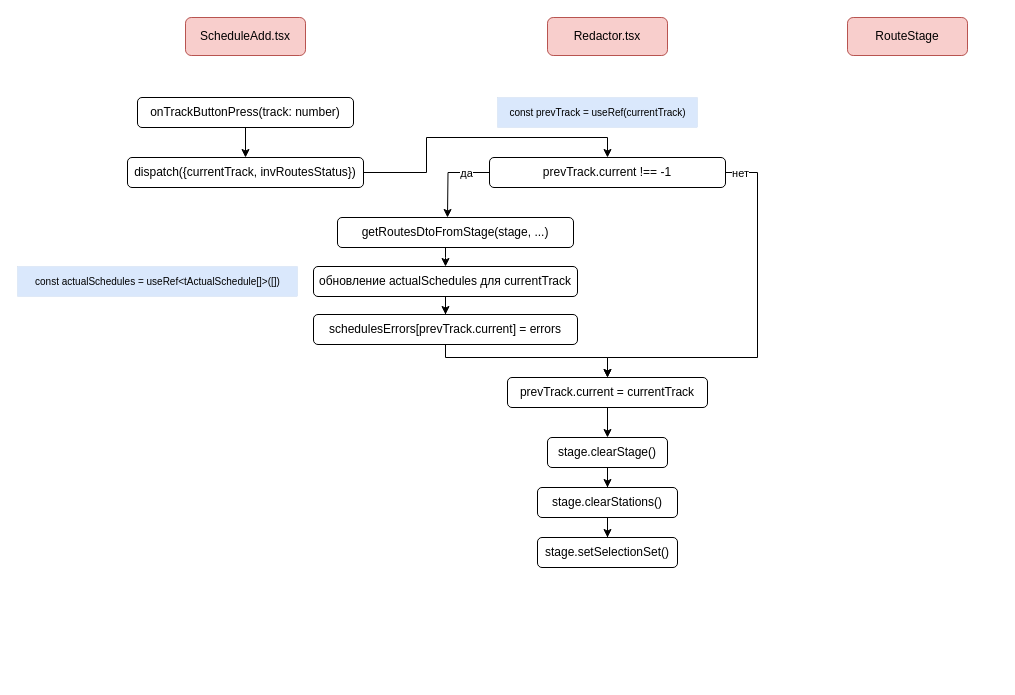
The draw.io diagram page "Переключение на другой путь" (5 of 5) of График движения.drawio in orlov-oleg-developer/asuter-UML, before the edit. Source tidied: cells renumbered, new cells numbered last; positions are measured from the earlier drawing's top-left corner, leaving out a move shared by most shapes. Both pictures are drawn from the tidied source at 100%, with x=0, y=0 at pixel (17, 17).
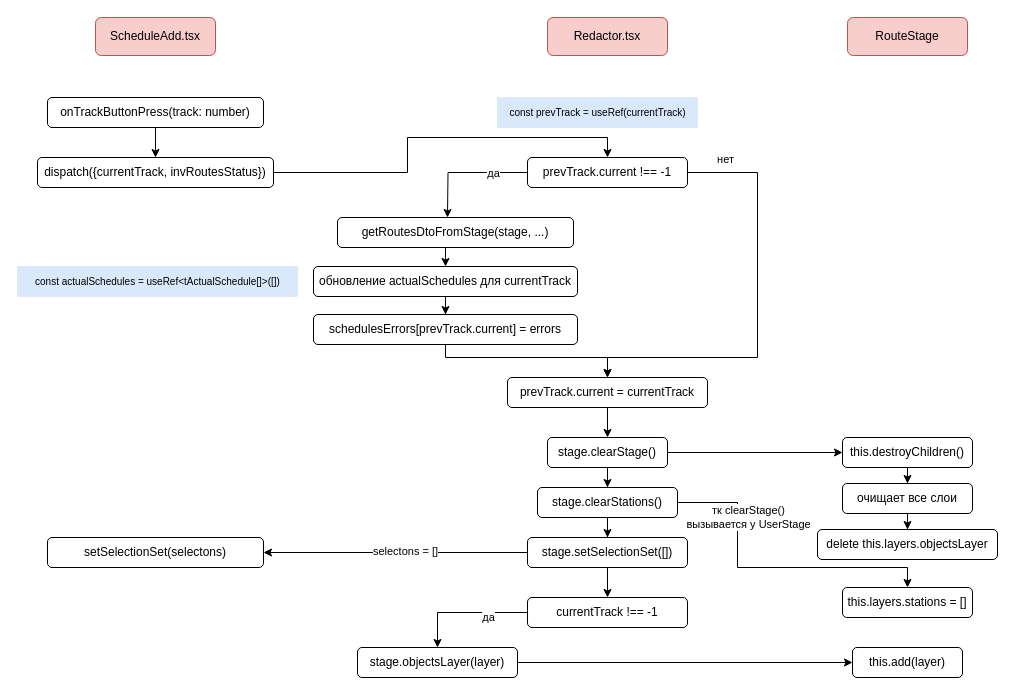
The same page after the edit.

Unchanged cells that the change refers to:
```xml
<mxCell id="26" value="&lt;div style=&quot;line-height: 19px;&quot;&gt;stage.clearStage()&lt;br&gt;&lt;/div&gt;" style="rounded=1;whiteSpace=wrap;html=1;" parent="1" vertex="1">
  <mxGeometry x="530" y="420" width="120" height="30" as="geometry" />
</mxCell>
<mxCell id="28" value="&lt;div style=&quot;line-height: 19px;&quot;&gt;stage.clearStations()&lt;br&gt;&lt;/div&gt;" style="rounded=1;whiteSpace=wrap;html=1;" parent="1" vertex="1">
  <mxGeometry x="520" y="470" width="140" height="30" as="geometry" />
</mxCell>
```

What changed in the source:
```diff
@@
     <mxCell id="2" value="ScheduleAdd.tsx" style="rounded=1;whiteSpace=wrap;html=1;glass=0;fillColor=#f8cecc;strokeColor=#b85450;" parent="1" vertex="1">
-      <mxGeometry x="168" width="120" height="38" as="geometry" />
+      <mxGeometry x="78" width="120" height="38" as="geometry" />
     </mxCell>
@@
     <mxCell id="4" value="onTrackButtonPress(track: number)" style="rounded=1;whiteSpace=wrap;html=1;" parent="1" vertex="1">
-      <mxGeometry x="120" y="80" width="216" height="30" as="geometry" />
+      <mxGeometry x="30" y="80" width="216" height="30" as="geometry" />
     </mxCell>
@@
     <mxCell id="8" style="edgeStyle=orthogonalEdgeStyle;rounded=0;jettySize=auto;html=1;entryX=0.5;entryY=0;entryDx=0;entryDy=0;" parent="1" edge="1" source="9" target="14">
-      <mxGeometry relative="1" as="geometry" />
+      <mxGeometry relative="1" as="geometry">
+        <Array as="points">
+          <mxPoint x="390" y="155" />
+          <mxPoint x="390" y="120" />
+          <mxPoint x="590" y="120" />
+        </Array>
+      </mxGeometry>
     </mxCell>
     <mxCell id="9" value="dispatch({currentTrack,&amp;nbsp;invRoutesStatus&lt;span style=&quot;background-color: initial;&quot;&gt;})&lt;/span&gt;" style="rounded=1;whiteSpace=wrap;html=1;" parent="1" vertex="1">
-      <mxGeometry x="110" y="140" width="236" height="30" as="geometry" />
+      <mxGeometry x="20" y="140" width="236" height="30" as="geometry" />
     </mxCell>
@@
     <mxCell id="14" value="prevTrack.current !== -1" style="rounded=1;whiteSpace=wrap;html=1;" parent="1" vertex="1">
-      <mxGeometry x="472" y="140" width="236" height="30" as="geometry" />
+      <mxGeometry x="510" y="140" width="160" height="30" as="geometry" />
     </mxCell>
@@
+    <mxCell id="30" style="edgeStyle=orthogonalEdgeStyle;rounded=0;jettySize=auto;html=1;entryX=0;entryY=0.5;entryDx=0;entryDy=0;" parent="1" edge="1" source="26" target="40">
+      <mxGeometry relative="1" as="geometry" />
+    </mxCell>
@@
+    <mxCell id="31" style="edgeStyle=orthogonalEdgeStyle;rounded=0;jettySize=auto;html=1;entryX=0.5;entryY=0;entryDx=0;entryDy=0;" parent="1" edge="1" source="28" target="43">
+      <mxGeometry relative="1" as="geometry">
+        <Array as="points">
+          <mxPoint x="720" y="485" />
+          <mxPoint x="720" y="550" />
+          <mxPoint x="890" y="550" />
+        </Array>
+      </mxGeometry>
+    </mxCell>
+    <mxCell id="32" value="тк clearStage() &lt;br&gt;вызывается у UserStage" style="edgeLabel;html=1;align=center;verticalAlign=middle;" parent="31" vertex="1">
+      <mxGeometry x="-0.54" relative="1" as="geometry">
+        <mxPoint x="10" y="2" as="offset" />
+      </mxGeometry>
+    </mxCell>
@@
+    <mxCell id="33" style="edgeStyle=orthogonalEdgeStyle;rounded=0;jettySize=auto;html=1;entryX=0.5;entryY=0;entryDx=0;entryDy=0;" parent="1" edge="1" source="29" target="38">
+      <mxGeometry relative="1" as="geometry" />
+    </mxCell>
+    <mxCell id="34" style="edgeStyle=orthogonalEdgeStyle;rounded=0;jettySize=auto;html=1;entryX=1;entryY=0.5;entryDx=0;entryDy=0;" parent="1" edge="1" source="29" target="44">
+      <mxGeometry relative="1" as="geometry" />
+    </mxCell>
+    <mxCell id="35" value="selectons = []" style="edgeLabel;html=1;align=center;verticalAlign=middle;" parent="34" vertex="1">
+      <mxGeometry x="-0.07" y="-2" relative="1" as="geometry" />
+    </mxCell>
-    <mxCell id="29" value="&lt;div style=&quot;line-height: 19px;&quot;&gt;stage.setSelectionSet()&lt;br&gt;&lt;/div&gt;" style="rounded=1;whiteSpace=wrap;html=1;" parent="1" vertex="1">
-      <mxGeometry x="520" y="520" width="140" height="30" as="geometry" />
+    <mxCell id="29" value="&lt;div style=&quot;line-height: 19px;&quot;&gt;stage.setSelectionSet([])&lt;br&gt;&lt;/div&gt;" style="rounded=1;whiteSpace=wrap;html=1;" parent="1" vertex="1">
+      <mxGeometry x="510" y="520" width="160" height="30" as="geometry" />
     </mxCell>
+    <mxCell id="36" style="edgeStyle=orthogonalEdgeStyle;rounded=0;jettySize=auto;html=1;entryX=0.5;entryY=0;entryDx=0;entryDy=0;" parent="1" edge="1" source="38" target="46">
+      <mxGeometry relative="1" as="geometry" />
+    </mxCell>
+    <mxCell id="37" value="да" style="edgeLabel;html=1;align=center;verticalAlign=middle;" parent="36" vertex="1">
+      <mxGeometry x="-0.36" y="4" relative="1" as="geometry" />
+    </mxCell>
+    <mxCell id="38" value="currentTrack&amp;nbsp;!== -1" style="rounded=1;whiteSpace=wrap;html=1;" parent="1" vertex="1">
+      <mxGeometry x="510" y="580" width="160" height="30" as="geometry" />
+    </mxCell>
+    <mxCell id="39" style="edgeStyle=orthogonalEdgeStyle;rounded=0;jettySize=auto;html=1;entryX=0.5;entryY=0;entryDx=0;entryDy=0;" parent="1" edge="1" source="40" target="42">
+      <mxGeometry relative="1" as="geometry" />
+    </mxCell>
+    <mxCell id="40" value="&lt;div style=&quot;line-height: 19px;&quot;&gt;this.destroyChildren()&lt;br&gt;&lt;/div&gt;" style="rounded=1;whiteSpace=wrap;html=1;" parent="1" vertex="1">
+      <mxGeometry x="825" y="420" width="130" height="30" as="geometry" />
+    </mxCell>
+    <mxCell id="41" style="edgeStyle=orthogonalEdgeStyle;rounded=0;jettySize=auto;html=1;entryX=0.5;entryY=0;entryDx=0;entryDy=0;" parent="1" edge="1" source="42" target="48">
+      <mxGeometry relative="1" as="geometry" />
+    </mxCell>
+    <mxCell id="42" value="&lt;div style=&quot;line-height: 19px;&quot;&gt;очищает все слои&lt;/div&gt;" style="rounded=1;whiteSpace=wrap;html=1;" parent="1" vertex="1">
+      <mxGeometry x="825" y="466" width="130" height="30" as="geometry" />
+    </mxCell>
+    <mxCell id="43" value="&lt;div style=&quot;line-height: 19px;&quot;&gt;this.layers.stations = []&lt;br&gt;&lt;/div&gt;" style="rounded=1;whiteSpace=wrap;html=1;" parent="1" vertex="1">
+      <mxGeometry x="825" y="570" width="130" height="30" as="geometry" />
+    </mxCell>
+    <mxCell id="44" value="setSelectionSet(selectons)" style="rounded=1;whiteSpace=wrap;html=1;" parent="1" vertex="1">
+      <mxGeometry x="30" y="520" width="216" height="30" as="geometry" />
+    </mxCell>
+    <mxCell id="45" style="edgeStyle=orthogonalEdgeStyle;rounded=0;jettySize=auto;html=1;entryX=0;entryY=0.5;entryDx=0;entryDy=0;" parent="1" edge="1" source="46" target="47">
+      <mxGeometry relative="1" as="geometry" />
+    </mxCell>
+    <mxCell id="46" value="stage.objectsLayer(layer)" style="rounded=1;whiteSpace=wrap;html=1;" parent="1" vertex="1">
+      <mxGeometry x="340" y="630" width="160" height="30" as="geometry" />
+    </mxCell>
+    <mxCell id="47" value="&lt;div style=&quot;line-height: 19px;&quot;&gt;this.add(layer)&lt;br&gt;&lt;/div&gt;" style="rounded=1;whiteSpace=wrap;html=1;" parent="1" vertex="1">
+      <mxGeometry x="835" y="630" width="110" height="30" as="geometry" />
+    </mxCell>
+    <mxCell id="48" value="&lt;div style=&quot;line-height: 19px;&quot;&gt;delete this.layers.objectsLayer&lt;/div&gt;" style="rounded=1;whiteSpace=wrap;html=1;" parent="1" vertex="1">
+      <mxGeometry x="800" y="512" width="180" height="30" as="geometry" />
+    </mxCell>
```
